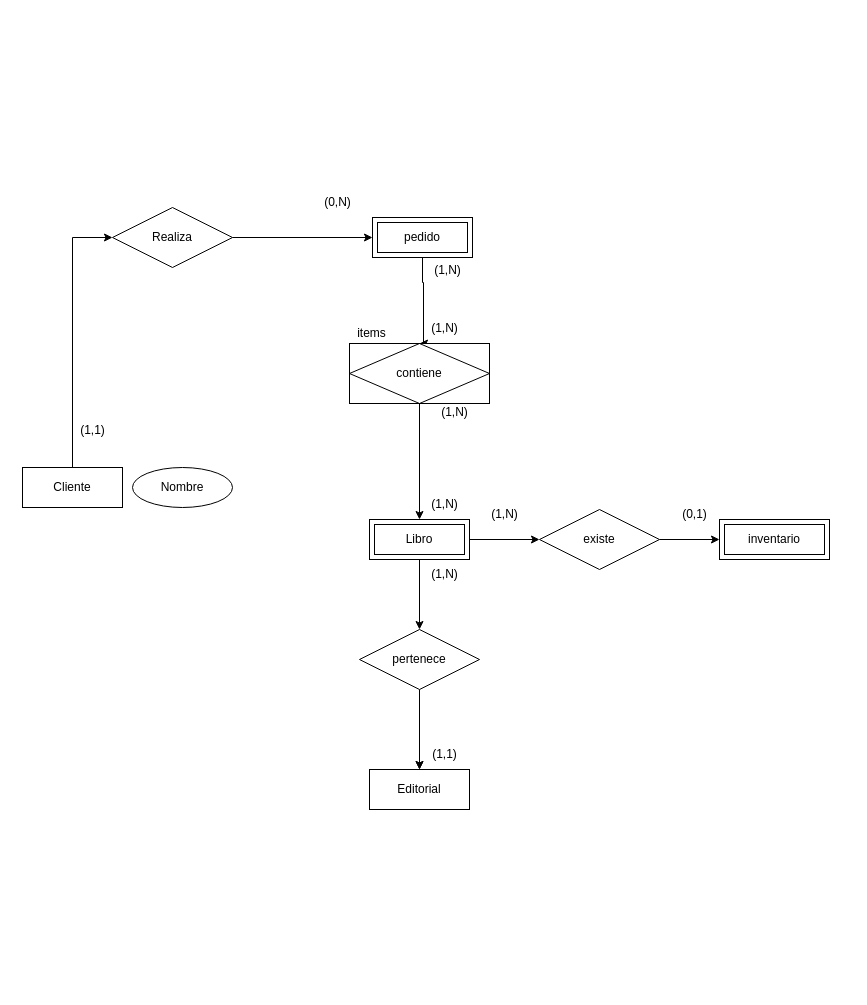
This is modelo.drawio from MichMDLT/Modelaje-BaseDatos, a draw.io file, before an edit. Source tidied: cells renumbered, new cells numbered last; positions are measured from the earlier drawing's top-left corner, leaving out a move shared by most shapes. Both pictures are drawn from the tidied source at 100%, with x=0, y=0 at pixel (22, 187).
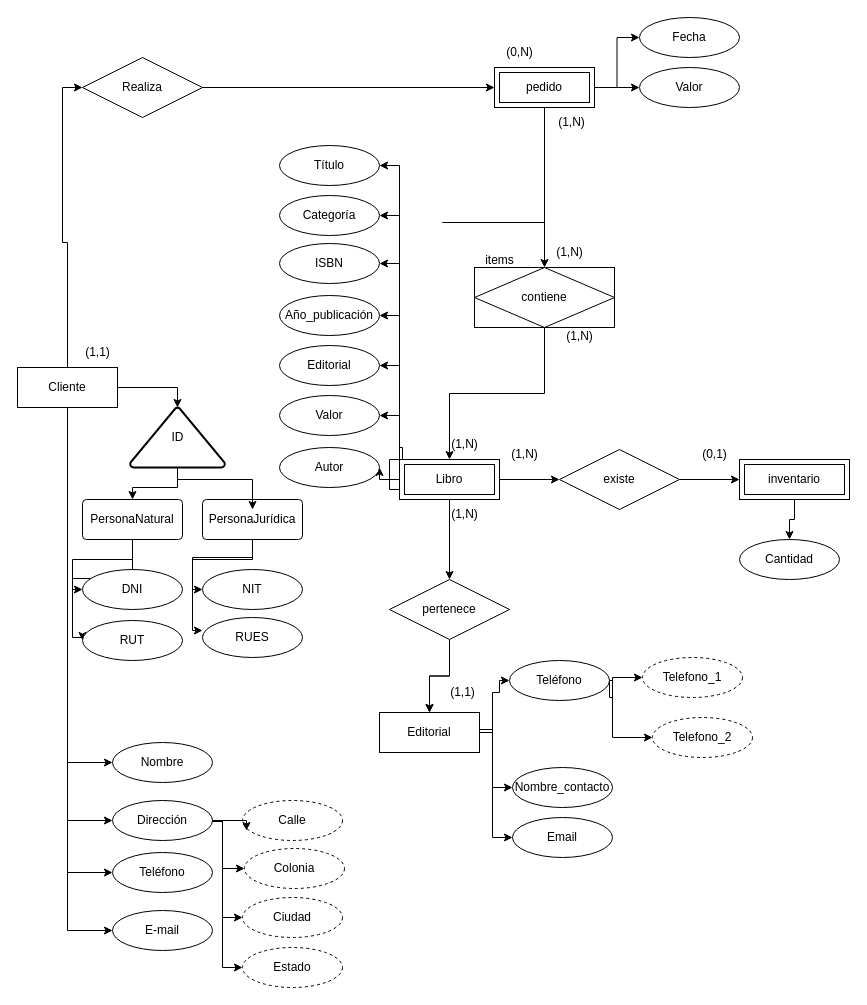
The same page after the edit.

What changed in the source:
```diff
@@
+    <mxCell id="32" style="edgeStyle=orthogonalEdgeStyle;rounded=0;jettySize=auto;html=1;exitX=0.5;exitY=1;exitDx=0;exitDy=0;entryX=0;entryY=0.5;entryDx=0;entryDy=0;" parent="1" edge="1" source="3" target="53">
+      <mxGeometry relative="1" as="geometry" />
+    </mxCell>
+    <mxCell id="33" style="edgeStyle=orthogonalEdgeStyle;rounded=0;jettySize=auto;html=1;exitX=0.5;exitY=1;exitDx=0;exitDy=0;entryX=0;entryY=0.5;entryDx=0;entryDy=0;" parent="1" edge="1" source="3" target="52">
+      <mxGeometry relative="1" as="geometry" />
+    </mxCell>
+    <mxCell id="34" style="edgeStyle=orthogonalEdgeStyle;rounded=0;jettySize=auto;html=1;exitX=0.5;exitY=1;exitDx=0;exitDy=0;entryX=0;entryY=0.5;entryDx=0;entryDy=0;" parent="1" edge="1" source="3" target="51">
+      <mxGeometry relative="1" as="geometry" />
+    </mxCell>
+    <mxCell id="35" style="edgeStyle=orthogonalEdgeStyle;rounded=0;jettySize=auto;html=1;exitX=0.5;exitY=1;exitDx=0;exitDy=0;entryX=0;entryY=0.5;entryDx=0;entryDy=0;" parent="1" edge="1" source="3" target="31">
+      <mxGeometry relative="1" as="geometry" />
+    </mxCell>
     <mxCell id="3" value="Cliente" style="whiteSpace=wrap;html=1;align=center;" parent="1" vertex="1">
-      <mxGeometry y="280" width="100" height="40" as="geometry" />
+      <mxGeometry x="-5" y="180" width="100" height="40" as="geometry" />
     </mxCell>
     <mxCell id="4" style="edgeStyle=orthogonalEdgeStyle;rounded=0;jettySize=auto;html=1;exitX=0.5;exitY=1;exitDx=0;exitDy=0;entryX=0.5;entryY=0;entryDx=0;entryDy=0;" parent="1" edge="1" source="5" target="27">
       <mxGeometry relative="1" as="geometry">
         <Array as="points">
-          <mxPoint x="400" y="95" />
-          <mxPoint x="401" y="95" />
+          <mxPoint x="420" y="35" />
+          <mxPoint x="421" y="35" />
         </Array>
       </mxGeometry>
     </mxCell>
+    <mxCell id="36" style="edgeStyle=orthogonalEdgeStyle;rounded=0;jettySize=auto;html=1;exitX=1;exitY=0.5;exitDx=0;exitDy=0;entryX=0;entryY=0.5;entryDx=0;entryDy=0;" parent="1" edge="1" source="5" target="73">
+      <mxGeometry relative="1" as="geometry" />
+    </mxCell>
+    <mxCell id="37" style="edgeStyle=orthogonalEdgeStyle;rounded=0;jettySize=auto;html=1;exitX=1;exitY=0.5;exitDx=0;exitDy=0;entryX=0;entryY=0.5;entryDx=0;entryDy=0;" parent="1" edge="1" source="5" target="74">
+      <mxGeometry relative="1" as="geometry" />
+    </mxCell>
     <mxCell id="5" value="pedido" style="shape=ext;margin=3;double=1;whiteSpace=wrap;html=1;align=center;" parent="1" vertex="1">
-      <mxGeometry x="350" y="30" width="100" height="40" as="geometry" />
+      <mxGeometry x="472" y="-120" width="100" height="40" as="geometry" />
     </mxCell>
+    <mxCell id="38" style="edgeStyle=orthogonalEdgeStyle;rounded=0;jettySize=auto;html=1;exitX=1;exitY=0.5;exitDx=0;exitDy=0;entryX=0;entryY=0.5;entryDx=0;entryDy=0;" parent="1" edge="1" source="6" target="86">
+      <mxGeometry relative="1" as="geometry">
+        <Array as="points">
+          <mxPoint x="470" y="545" />
+          <mxPoint x="470" y="505" />
+          <mxPoint x="477" y="505" />
+          <mxPoint x="477" y="493" />
+        </Array>
+      </mxGeometry>
+    </mxCell>
+    <mxCell id="39" style="edgeStyle=orthogonalEdgeStyle;rounded=0;jettySize=auto;html=1;exitX=1;exitY=0.5;exitDx=0;exitDy=0;entryX=0;entryY=0.5;entryDx=0;entryDy=0;" parent="1" edge="1" source="6" target="87">
+      <mxGeometry relative="1" as="geometry">
+        <Array as="points">
+          <mxPoint x="470" y="542" />
+          <mxPoint x="470" y="600" />
+        </Array>
+      </mxGeometry>
+    </mxCell>
+    <mxCell id="40" style="edgeStyle=orthogonalEdgeStyle;rounded=0;jettySize=auto;html=1;exitX=1;exitY=0.5;exitDx=0;exitDy=0;entryX=0;entryY=0.5;entryDx=0;entryDy=0;" parent="1" edge="1" source="6" target="88">
+      <mxGeometry relative="1" as="geometry">
+        <Array as="points">
+          <mxPoint x="470" y="542" />
+          <mxPoint x="470" y="650" />
+        </Array>
+      </mxGeometry>
+    </mxCell>
     <mxCell id="6" value="Editorial" style="whiteSpace=wrap;html=1;align=center;" parent="1" vertex="1">
-      <mxGeometry x="347" y="582" width="100" height="40" as="geometry" />
+      <mxGeometry x="357" y="525" width="100" height="40" as="geometry" />
     </mxCell>
     <mxCell id="7" value="inventario" style="shape=ext;margin=3;double=1;whiteSpace=wrap;html=1;align=center;" parent="1" vertex="1">
-      <mxGeometry x="697" y="332" width="110" height="40" as="geometry" />
+      <mxGeometry x="717" y="272" width="110" height="40" as="geometry" />
     </mxCell>
@@
+    <mxCell id="41" style="edgeStyle=orthogonalEdgeStyle;rounded=0;jettySize=auto;html=1;exitX=0;exitY=0;exitDx=0;exitDy=0;entryX=1;entryY=0.5;entryDx=0;entryDy=0;" parent="1" edge="1" source="10" target="76">
+      <mxGeometry relative="1" as="geometry">
+        <Array as="points">
+          <mxPoint x="367" y="302" />
+          <mxPoint x="377" y="302" />
+          <mxPoint x="377" y="-22" />
+        </Array>
+      </mxGeometry>
+    </mxCell>
+    <mxCell id="42" style="edgeStyle=orthogonalEdgeStyle;rounded=0;jettySize=auto;html=1;exitX=0;exitY=0.5;exitDx=0;exitDy=0;entryX=1;entryY=0.5;entryDx=0;entryDy=0;" parent="1" edge="1" source="10" target="77">
+      <mxGeometry relative="1" as="geometry">
+        <Array as="points">
+          <mxPoint x="377" y="292" />
+          <mxPoint x="377" y="28" />
+        </Array>
+      </mxGeometry>
+    </mxCell>
+    <mxCell id="43" style="edgeStyle=orthogonalEdgeStyle;rounded=0;jettySize=auto;html=1;exitX=0;exitY=0.5;exitDx=0;exitDy=0;entryX=1;entryY=0.5;entryDx=0;entryDy=0;" parent="1" edge="1" source="10" target="78">
+      <mxGeometry relative="1" as="geometry">
+        <Array as="points">
+          <mxPoint x="377" y="292" />
+          <mxPoint x="377" y="76" />
+        </Array>
+      </mxGeometry>
+    </mxCell>
+    <mxCell id="44" style="edgeStyle=orthogonalEdgeStyle;rounded=0;jettySize=auto;html=1;exitX=0;exitY=0.5;exitDx=0;exitDy=0;entryX=1;entryY=0.5;entryDx=0;entryDy=0;" parent="1" edge="1" source="10" target="79">
+      <mxGeometry relative="1" as="geometry">
+        <Array as="points">
+          <mxPoint x="377" y="292" />
+          <mxPoint x="377" y="128" />
+        </Array>
+      </mxGeometry>
+    </mxCell>
+    <mxCell id="45" style="edgeStyle=orthogonalEdgeStyle;rounded=0;jettySize=auto;html=1;exitX=0;exitY=0.5;exitDx=0;exitDy=0;entryX=1;entryY=0.5;entryDx=0;entryDy=0;" parent="1" edge="1" source="10" target="80">
+      <mxGeometry relative="1" as="geometry">
+        <Array as="points">
+          <mxPoint x="377" y="292" />
+          <mxPoint x="377" y="178" />
+        </Array>
+      </mxGeometry>
+    </mxCell>
+    <mxCell id="46" style="edgeStyle=orthogonalEdgeStyle;rounded=0;jettySize=auto;html=1;exitX=0;exitY=0.5;exitDx=0;exitDy=0;entryX=1;entryY=0.5;entryDx=0;entryDy=0;" parent="1" edge="1" source="10" target="81">
+      <mxGeometry relative="1" as="geometry">
+        <Array as="points">
+          <mxPoint x="380" y="292" />
+          <mxPoint x="380" y="260" />
+          <mxPoint x="377" y="260" />
+          <mxPoint x="377" y="228" />
+        </Array>
+      </mxGeometry>
+    </mxCell>
+    <mxCell id="47" style="edgeStyle=orthogonalEdgeStyle;rounded=0;jettySize=auto;html=1;exitX=0;exitY=0.5;exitDx=0;exitDy=0;entryX=1;entryY=0.5;entryDx=0;entryDy=0;" parent="1" edge="1" source="10" target="82">
+      <mxGeometry relative="1" as="geometry" />
+    </mxCell>
     <mxCell id="10" value="Libro" style="shape=ext;margin=3;double=1;whiteSpace=wrap;html=1;align=center;" parent="1" vertex="1">
-      <mxGeometry x="347" y="332" width="100" height="40" as="geometry" />
+      <mxGeometry x="377" y="272" width="100" height="40" as="geometry" />
     </mxCell>
@@
     <mxCell id="12" value="Realiza" style="shape=rhombus;perimeter=rhombusPerimeter;whiteSpace=wrap;html=1;align=center;" parent="1" vertex="1">
-      <mxGeometry x="90" y="20" width="120" height="60" as="geometry" />
+      <mxGeometry x="60" y="-130" width="120" height="60" as="geometry" />
     </mxCell>
     <mxCell id="13" value="(1,1)" style="text;html=1;align=center;verticalAlign=middle;strokeColor=none;fillColor=none;" parent="1" vertex="1">
-      <mxGeometry x="45" y="228" width="50" height="30" as="geometry" />
+      <mxGeometry x="50" y="150" width="50" height="30" as="geometry" />
     </mxCell>
     <mxCell id="14" value="(0,N)" style="text;html=1;align=center;verticalAlign=middle;strokeColor=none;fillColor=none;" parent="1" vertex="1">
-      <mxGeometry x="290" width="50" height="30" as="geometry" />
+      <mxGeometry x="472" y="-150" width="50" height="30" as="geometry" />
     </mxCell>
@@
     <mxCell id="16" value="(1,N)" style="text;html=1;align=center;verticalAlign=middle;strokeColor=none;fillColor=none;" parent="1" vertex="1">
-      <mxGeometry x="400" y="68" width="50" height="30" as="geometry" />
+      <mxGeometry x="524" y="-80" width="50" height="30" as="geometry" />
     </mxCell>
     <mxCell id="17" value="(1,N)" style="text;html=1;align=center;verticalAlign=middle;strokeColor=none;fillColor=none;" parent="1" vertex="1">
-      <mxGeometry x="397" y="302" width="50" height="30" as="geometry" />
+      <mxGeometry x="417" y="242" width="50" height="30" as="geometry" />
     </mxCell>
@@
     <mxCell id="20" value="pertenece" style="shape=rhombus;perimeter=rhombusPerimeter;whiteSpace=wrap;html=1;align=center;" parent="1" vertex="1">
-      <mxGeometry x="337" y="442" width="120" height="60" as="geometry" />
+      <mxGeometry x="367" y="392" width="120" height="60" as="geometry" />
     </mxCell>
     <mxCell id="21" value="(1,N)" style="text;html=1;align=center;verticalAlign=middle;strokeColor=none;fillColor=none;" parent="1" vertex="1">
-      <mxGeometry x="397" y="372" width="50" height="30" as="geometry" />
+      <mxGeometry x="417" y="312" width="50" height="30" as="geometry" />
     </mxCell>
     <mxCell id="22" value="(1,1)" style="text;html=1;align=center;verticalAlign=middle;strokeColor=none;fillColor=none;" parent="1" vertex="1">
-      <mxGeometry x="397" y="552" width="50" height="30" as="geometry" />
+      <mxGeometry x="415" y="490" width="50" height="30" as="geometry" />
     </mxCell>
@@
     <mxCell id="24" value="existe" style="shape=rhombus;perimeter=rhombusPerimeter;whiteSpace=wrap;html=1;align=center;" parent="1" vertex="1">
-      <mxGeometry x="517" y="322" width="120" height="60" as="geometry" />
+      <mxGeometry x="537" y="262" width="120" height="60" as="geometry" />
     </mxCell>
     <mxCell id="25" value="(1,N)" style="text;html=1;align=center;verticalAlign=middle;strokeColor=none;fillColor=none;" parent="1" vertex="1">
-      <mxGeometry x="457" y="312" width="50" height="30" as="geometry" />
+      <mxGeometry x="477" y="252" width="50" height="30" as="geometry" />
     </mxCell>
     <mxCell id="26" value="(0,1)" style="text;html=1;align=center;verticalAlign=middle;strokeColor=none;fillColor=none;" parent="1" vertex="1">
-      <mxGeometry x="647" y="312" width="50" height="30" as="geometry" />
+      <mxGeometry x="667" y="252" width="50" height="30" as="geometry" />
     </mxCell>
     <mxCell id="27" value="contiene" style="shape=associativeEntity;whiteSpace=wrap;html=1;align=center;" parent="1" vertex="1">
-      <mxGeometry x="327" y="156" width="140" height="60" as="geometry" />
+      <mxGeometry x="452" y="80" width="140" height="60" as="geometry" />
     </mxCell>
     <mxCell id="28" value="items" style="text;html=1;align=center;verticalAlign=middle;strokeColor=none;fillColor=none;" parent="1" vertex="1">
-      <mxGeometry x="324" y="131" width="50" height="30" as="geometry" />
+      <mxGeometry x="452" y="58" width="50" height="30" as="geometry" />
     </mxCell>
     <mxCell id="29" value="(1,N)" style="text;html=1;align=center;verticalAlign=middle;strokeColor=none;fillColor=none;" parent="1" vertex="1">
-      <mxGeometry x="407" y="210" width="50" height="30" as="geometry" />
+      <mxGeometry x="532" y="134" width="50" height="30" as="geometry" />
     </mxCell>
     <mxCell id="30" value="(1,N)" style="text;html=1;align=center;verticalAlign=middle;strokeColor=none;fillColor=none;" parent="1" vertex="1">
-      <mxGeometry x="397" y="126" width="50" height="30" as="geometry" />
+      <mxGeometry x="522" y="50" width="50" height="30" as="geometry" />
     </mxCell>
     <mxCell id="31" value="Nombre" style="ellipse;whiteSpace=wrap;html=1;align=center;" parent="1" vertex="1">
-      <mxGeometry x="110" y="280" width="100" height="40" as="geometry" />
+      <mxGeometry x="90" y="555" width="100" height="40" as="geometry" />
     </mxCell>
+    <mxCell id="48" style="edgeStyle=orthogonalEdgeStyle;rounded=0;jettySize=auto;html=1;exitX=1;exitY=0.5;exitDx=0;exitDy=0;entryX=0;entryY=0.5;entryDx=0;entryDy=0;" parent="1" edge="1" source="51" target="55">
+      <mxGeometry relative="1" as="geometry">
+        <Array as="points">
+          <mxPoint x="200" y="633" />
+          <mxPoint x="200" y="681" />
+        </Array>
+      </mxGeometry>
+    </mxCell>
+    <mxCell id="49" style="edgeStyle=orthogonalEdgeStyle;rounded=0;jettySize=auto;html=1;exitX=1;exitY=0.5;exitDx=0;exitDy=0;entryX=0;entryY=0.5;entryDx=0;entryDy=0;" parent="1" edge="1" source="51" target="57">
+      <mxGeometry relative="1" as="geometry">
+        <Array as="points">
+          <mxPoint x="200" y="633" />
+          <mxPoint x="200" y="730" />
+        </Array>
+      </mxGeometry>
+    </mxCell>
+    <mxCell id="50" style="edgeStyle=orthogonalEdgeStyle;rounded=0;jettySize=auto;html=1;exitX=1;exitY=0.5;exitDx=0;exitDy=0;entryX=0;entryY=0.5;entryDx=0;entryDy=0;" parent="1" edge="1" target="56">
+      <mxGeometry relative="1" as="geometry">
+        <mxPoint x="170" y="633" as="sourcePoint" />
+        <Array as="points">
+          <mxPoint x="170" y="634" />
+          <mxPoint x="200" y="634" />
+          <mxPoint x="200" y="780" />
+        </Array>
+      </mxGeometry>
+    </mxCell>
+    <mxCell id="51" value="Dirección" style="ellipse;whiteSpace=wrap;html=1;align=center;" parent="1" vertex="1">
+      <mxGeometry x="90" y="613" width="100" height="40" as="geometry" />
+    </mxCell>
+    <mxCell id="52" value="Teléfono" style="ellipse;whiteSpace=wrap;html=1;align=center;" parent="1" vertex="1">
+      <mxGeometry x="90" y="665" width="100" height="40" as="geometry" />
+    </mxCell>
+    <mxCell id="53" value="E-mail" style="ellipse;whiteSpace=wrap;html=1;align=center;" parent="1" vertex="1">
+      <mxGeometry x="90" y="723" width="100" height="40" as="geometry" />
+    </mxCell>
+    <mxCell id="54" value="Calle" style="ellipse;whiteSpace=wrap;html=1;align=center;dashed=1;" parent="1" vertex="1">
+      <mxGeometry x="220" y="613" width="100" height="40" as="geometry" />
+    </mxCell>
+    <mxCell id="55" value="Colonia" style="ellipse;whiteSpace=wrap;html=1;align=center;dashed=1;" parent="1" vertex="1">
+      <mxGeometry x="222" y="661" width="100" height="40" as="geometry" />
+    </mxCell>
+    <mxCell id="56" value="Estado" style="ellipse;whiteSpace=wrap;html=1;align=center;dashed=1;" parent="1" vertex="1">
+      <mxGeometry x="220" y="760" width="100" height="40" as="geometry" />
+    </mxCell>
+    <mxCell id="57" value="Ciudad" style="ellipse;whiteSpace=wrap;html=1;align=center;dashed=1;" parent="1" vertex="1">
+      <mxGeometry x="220" y="710" width="100" height="40" as="geometry" />
+    </mxCell>
+    <mxCell id="58" style="edgeStyle=orthogonalEdgeStyle;rounded=0;jettySize=auto;html=1;exitX=1;exitY=0.5;exitDx=0;exitDy=0;entryX=0.04;entryY=0.75;entryDx=0;entryDy=0;entryPerimeter=0;" parent="1" edge="1" source="51" target="54">
+      <mxGeometry relative="1" as="geometry" />
+    </mxCell>
+    <mxCell id="59" style="edgeStyle=orthogonalEdgeStyle;rounded=0;jettySize=auto;html=1;exitX=0.5;exitY=1;exitDx=0;exitDy=0;exitPerimeter=0;entryX=0.5;entryY=0;entryDx=0;entryDy=0;" parent="1" edge="1" source="60" target="63">
+      <mxGeometry relative="1" as="geometry" />
+    </mxCell>
+    <mxCell id="60" value="ID" style="strokeWidth=2;html=1;shape=mxgraph.flowchart.extract_or_measurement;whiteSpace=wrap;" parent="1" vertex="1">
+      <mxGeometry x="107.5" y="220" width="95" height="60" as="geometry" />
+    </mxCell>
+    <mxCell id="61" style="edgeStyle=orthogonalEdgeStyle;rounded=0;jettySize=auto;html=1;exitX=0.5;exitY=1;exitDx=0;exitDy=0;entryX=0;entryY=0.5;entryDx=0;entryDy=0;" parent="1" edge="1" source="63" target="68">
+      <mxGeometry relative="1" as="geometry">
+        <Array as="points">
+          <mxPoint x="110" y="372" />
+          <mxPoint x="50" y="372" />
+          <mxPoint x="50" y="402" />
+        </Array>
+      </mxGeometry>
+    </mxCell>
+    <mxCell id="62" style="edgeStyle=orthogonalEdgeStyle;rounded=0;jettySize=auto;html=1;exitX=0.5;exitY=1;exitDx=0;exitDy=0;entryX=0;entryY=0.5;entryDx=0;entryDy=0;" parent="1" edge="1" source="63" target="69">
+      <mxGeometry relative="1" as="geometry">
+        <Array as="points">
+          <mxPoint x="110" y="391" />
+          <mxPoint x="50" y="391" />
+          <mxPoint x="50" y="450" />
+        </Array>
+      </mxGeometry>
+    </mxCell>
+    <mxCell id="63" value="PersonaNatural" style="rounded=1;arcSize=10;whiteSpace=wrap;html=1;align=center;" parent="1" vertex="1">
+      <mxGeometry x="60" y="312" width="100" height="40" as="geometry" />
+    </mxCell>
+    <mxCell id="64" style="edgeStyle=orthogonalEdgeStyle;rounded=0;jettySize=auto;html=1;exitX=0.5;exitY=1;exitDx=0;exitDy=0;entryX=0;entryY=0.5;entryDx=0;entryDy=0;" parent="1" edge="1" source="65" target="70">
+      <mxGeometry relative="1" as="geometry">
+        <Array as="points">
+          <mxPoint x="230" y="372" />
+          <mxPoint x="170" y="372" />
+          <mxPoint x="170" y="402" />
+        </Array>
+      </mxGeometry>
+    </mxCell>
+    <mxCell id="65" value="PersonaJurídica" style="rounded=1;arcSize=10;whiteSpace=wrap;html=1;align=center;" parent="1" vertex="1">
+      <mxGeometry x="180" y="312" width="100" height="40" as="geometry" />
+    </mxCell>
+    <mxCell id="66" style="edgeStyle=orthogonalEdgeStyle;rounded=0;jettySize=auto;html=1;exitX=1;exitY=0.5;exitDx=0;exitDy=0;entryX=0.5;entryY=0;entryDx=0;entryDy=0;entryPerimeter=0;" parent="1" edge="1" source="3" target="60">
+      <mxGeometry relative="1" as="geometry">
+        <Array as="points">
+          <mxPoint x="155" y="200" />
+        </Array>
+      </mxGeometry>
+    </mxCell>
+    <mxCell id="67" style="edgeStyle=orthogonalEdgeStyle;rounded=0;jettySize=auto;html=1;exitX=0.5;exitY=1;exitDx=0;exitDy=0;exitPerimeter=0;entryX=0.5;entryY=0.25;entryDx=0;entryDy=0;entryPerimeter=0;" parent="1" edge="1" source="60" target="65">
+      <mxGeometry relative="1" as="geometry">
+        <Array as="points">
+          <mxPoint x="155" y="292" />
+          <mxPoint x="230" y="292" />
+        </Array>
+      </mxGeometry>
+    </mxCell>
+    <mxCell id="68" value="DNI" style="ellipse;whiteSpace=wrap;html=1;align=center;" parent="1" vertex="1">
+      <mxGeometry x="60" y="382" width="100" height="40" as="geometry" />
+    </mxCell>
+    <mxCell id="69" value="RUT" style="ellipse;whiteSpace=wrap;html=1;align=center;" parent="1" vertex="1">
+      <mxGeometry x="60" y="433" width="100" height="40" as="geometry" />
+    </mxCell>
+    <mxCell id="70" value="NIT" style="ellipse;whiteSpace=wrap;html=1;align=center;" parent="1" vertex="1">
+      <mxGeometry x="180" y="382" width="100" height="40" as="geometry" />
+    </mxCell>
+    <mxCell id="71" value="RUES" style="ellipse;whiteSpace=wrap;html=1;align=center;" parent="1" vertex="1">
+      <mxGeometry x="180" y="430" width="100" height="40" as="geometry" />
+    </mxCell>
+    <mxCell id="72" style="edgeStyle=orthogonalEdgeStyle;rounded=0;jettySize=auto;html=1;exitX=0.5;exitY=1;exitDx=0;exitDy=0;entryX=0;entryY=0.325;entryDx=0;entryDy=0;entryPerimeter=0;" parent="1" edge="1" source="65" target="71">
+      <mxGeometry relative="1" as="geometry">
+        <Array as="points">
+          <mxPoint x="230" y="370" />
+          <mxPoint x="170" y="370" />
+          <mxPoint x="170" y="443" />
+        </Array>
+      </mxGeometry>
+    </mxCell>
+    <mxCell id="73" value="Fecha" style="ellipse;whiteSpace=wrap;html=1;align=center;" parent="1" vertex="1">
+      <mxGeometry x="617" y="-170" width="100" height="40" as="geometry" />
+    </mxCell>
+    <mxCell id="74" value="Valor" style="ellipse;whiteSpace=wrap;html=1;align=center;" parent="1" vertex="1">
+      <mxGeometry x="617" y="-120" width="100" height="40" as="geometry" />
+    </mxCell>
+    <mxCell id="75" value="Cantidad" style="ellipse;whiteSpace=wrap;html=1;align=center;" parent="1" vertex="1">
+      <mxGeometry x="717" y="352" width="100" height="40" as="geometry" />
+    </mxCell>
+    <mxCell id="76" value="Título" style="ellipse;whiteSpace=wrap;html=1;align=center;" parent="1" vertex="1">
+      <mxGeometry x="257" y="-42" width="100" height="40" as="geometry" />
+    </mxCell>
+    <mxCell id="77" value="Categoría" style="ellipse;whiteSpace=wrap;html=1;align=center;" parent="1" vertex="1">
+      <mxGeometry x="257" y="8" width="100" height="40" as="geometry" />
+    </mxCell>
+    <mxCell id="78" value="ISBN" style="ellipse;whiteSpace=wrap;html=1;align=center;" parent="1" vertex="1">
+      <mxGeometry x="257" y="56" width="100" height="40" as="geometry" />
+    </mxCell>
+    <mxCell id="79" value="Año_publicación" style="ellipse;whiteSpace=wrap;html=1;align=center;" parent="1" vertex="1">
+      <mxGeometry x="257" y="108" width="100" height="40" as="geometry" />
+    </mxCell>
+    <mxCell id="80" value="Editorial" style="ellipse;whiteSpace=wrap;html=1;align=center;" parent="1" vertex="1">
+      <mxGeometry x="257" y="158" width="100" height="40" as="geometry" />
+    </mxCell>
+    <mxCell id="81" value="Valor" style="ellipse;whiteSpace=wrap;html=1;align=center;" parent="1" vertex="1">
+      <mxGeometry x="257" y="208" width="100" height="40" as="geometry" />
+    </mxCell>
+    <mxCell id="82" value="Autor" style="ellipse;whiteSpace=wrap;html=1;align=center;" parent="1" vertex="1">
+      <mxGeometry x="257" y="260" width="100" height="40" as="geometry" />
+    </mxCell>
+    <mxCell id="83" style="edgeStyle=orthogonalEdgeStyle;rounded=0;jettySize=auto;html=1;exitX=0.5;exitY=1;exitDx=0;exitDy=0;entryX=0.5;entryY=0;entryDx=0;entryDy=0;" parent="1" edge="1" source="7" target="75">
+      <mxGeometry relative="1" as="geometry" />
+    </mxCell>
+    <mxCell id="84" style="edgeStyle=orthogonalEdgeStyle;rounded=0;jettySize=auto;html=1;exitX=1;exitY=0.5;exitDx=0;exitDy=0;entryX=0;entryY=0.5;entryDx=0;entryDy=0;" parent="1" edge="1" source="86" target="89">
+      <mxGeometry relative="1" as="geometry">
+        <Array as="points">
+          <mxPoint x="587" y="510" />
+          <mxPoint x="590" y="510" />
+          <mxPoint x="590" y="490" />
+        </Array>
+      </mxGeometry>
+    </mxCell>
+    <mxCell id="85" style="edgeStyle=orthogonalEdgeStyle;rounded=0;jettySize=auto;html=1;exitX=1;exitY=0.5;exitDx=0;exitDy=0;entryX=0;entryY=0.5;entryDx=0;entryDy=0;" parent="1" edge="1" source="86" target="90">
+      <mxGeometry relative="1" as="geometry">
+        <Array as="points">
+          <mxPoint x="590" y="493" />
+          <mxPoint x="590" y="550" />
+        </Array>
+      </mxGeometry>
+    </mxCell>
+    <mxCell id="86" value="Teléfono" style="ellipse;whiteSpace=wrap;html=1;align=center;" parent="1" vertex="1">
+      <mxGeometry x="487" y="473" width="100" height="40" as="geometry" />
+    </mxCell>
+    <mxCell id="87" value="Nombre_contacto" style="ellipse;whiteSpace=wrap;html=1;align=center;" parent="1" vertex="1">
+      <mxGeometry x="490" y="580" width="100" height="40" as="geometry" />
+    </mxCell>
+    <mxCell id="88" value="Email" style="ellipse;whiteSpace=wrap;html=1;align=center;" parent="1" vertex="1">
+      <mxGeometry x="490" y="630" width="100" height="40" as="geometry" />
+    </mxCell>
+    <mxCell id="89" value="Telefono_1" style="ellipse;whiteSpace=wrap;html=1;align=center;dashed=1;" parent="1" vertex="1">
+      <mxGeometry x="620" y="470" width="100" height="40" as="geometry" />
+    </mxCell>
+    <mxCell id="90" value="Telefono_2" style="ellipse;whiteSpace=wrap;html=1;align=center;dashed=1;" parent="1" vertex="1">
+      <mxGeometry x="630" y="530" width="100" height="40" as="geometry" />
+    </mxCell>
```
